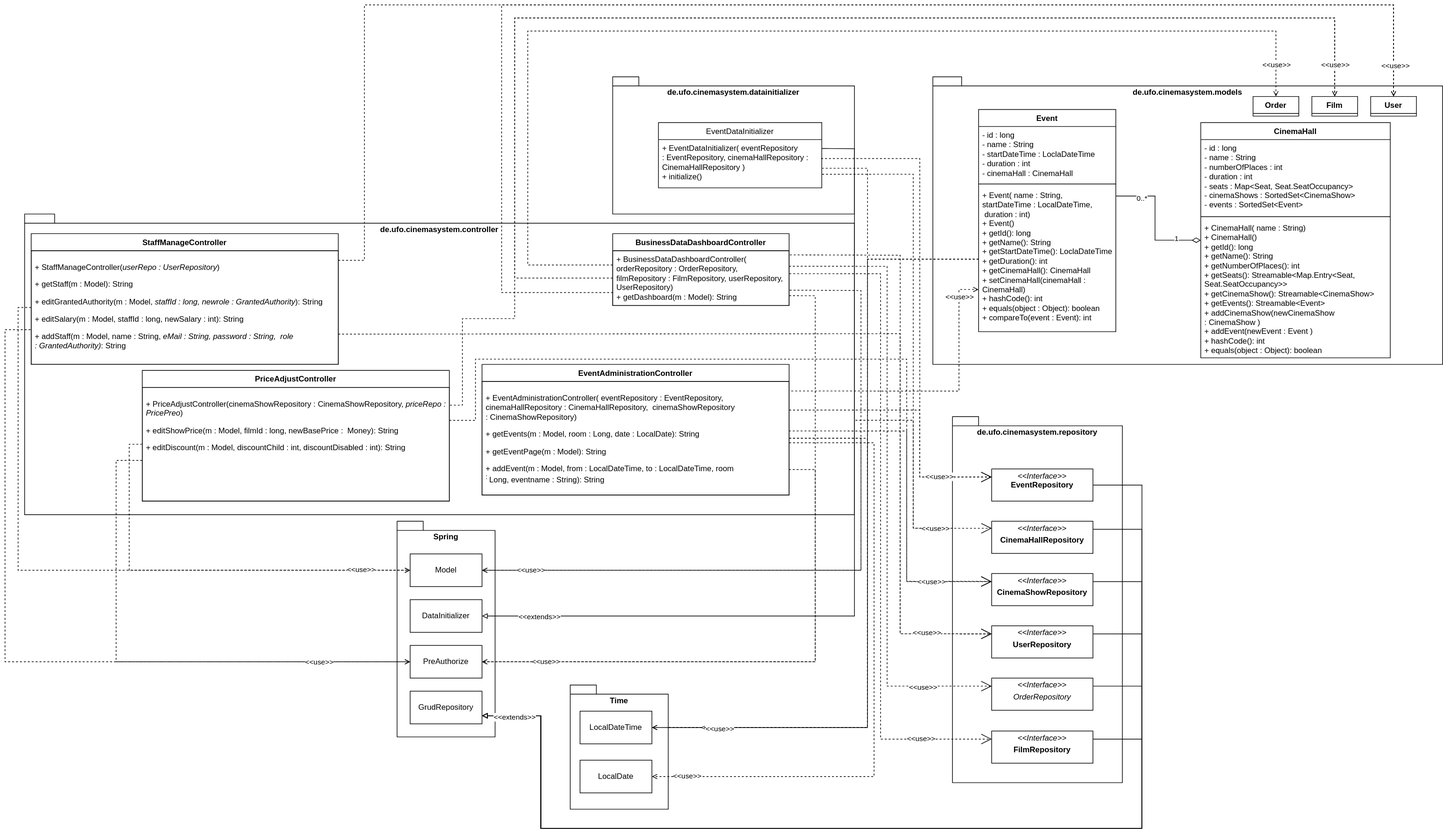
The draw.io diagram src/main/asciidoc/models/design/Operativsystem/Entwurfsklassendiagramm/Operativsystem_Entwurfsklassendiagramm.svg in Leonard0108/Anwendungsprogrammierung, before a commit. Source tidied: cells renumbered, new cells last; positions are measured from the earlier drawing's top-left corner, leaving out a move shared by most shapes.
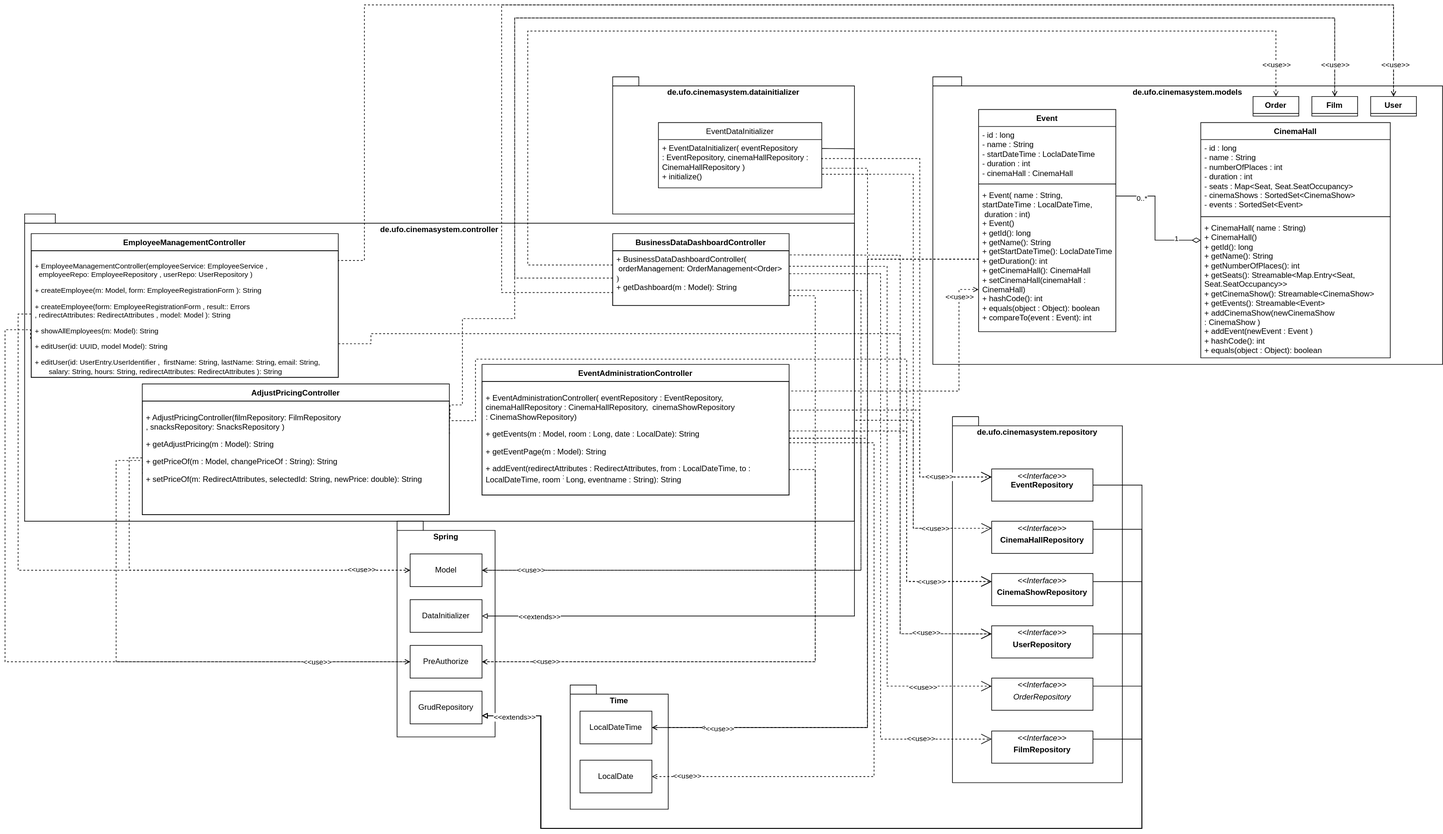
After the commit.

Commit message:
Anpassung von Operativsystem Entwurfsklassendiagramm an finalen Projektstand

The edit, as a diff of the source:
```diff
@@ -16,3 +16,3 @@
     <mxCell id="4" value="de.ufo.cinemasystem.controller" style="shape=folder;fontStyle=1;spacingTop=10;tabWidth=40;tabHeight=14;tabPosition=left;html=1;whiteSpace=wrap;align=center;verticalAlign=top;strokeColor=default;" parent="1" vertex="1">
-      <mxGeometry x="30" y="320" width="1270" height="460" as="geometry" />
+      <mxGeometry x="30" y="320" width="1270" height="470" as="geometry" />
     </mxCell>
@@ -24,3 +24,3 @@
     </mxCell>
-    <mxCell id="7" value="&lt;div&gt;+&amp;nbsp;&lt;span style=&quot;text-align: center; background-color: initial;&quot;&gt;BusinessDataDashboardController( orderRepository : OrderRepository, filmRepository : FilmRepository, userRepository, UserRepository)&lt;/span&gt;&lt;/div&gt;+ getDashboard(m : Model): String" style="text;strokeColor=default;fillColor=none;align=left;verticalAlign=top;spacingLeft=4;spacingRight=4;overflow=hidden;points=[[0,0.5],[1,0.5]];portConstraint=eastwest;whiteSpace=wrap;html=1;" parent="6" vertex="1">
+    <mxCell id="7" value="&lt;div&gt;+&amp;nbsp;&lt;span style=&quot;text-align: center;&quot;&gt;BusinessDataDashboardController&lt;font style=&quot;&quot; face=&quot;Helvetica&quot;&gt;(&lt;/font&gt;&lt;font face=&quot;Helvetica&quot;&gt;&amp;nbsp; &amp;nbsp;&lt;/font&gt;&lt;/span&gt;&lt;span style=&quot;background-color: initial;&quot;&gt;orderManagement:&amp;nbsp;&lt;/span&gt;&lt;font style=&quot;background-color: initial;&quot; face=&quot;Helvetica&quot;&gt;OrderManagement&amp;lt;Order&amp;gt; &lt;/font&gt;&lt;span style=&quot;background-color: initial; font-family: t2zlw3DawNnJE-Td27ox; text-align: center;&quot;&gt;)&lt;/span&gt;&lt;/div&gt;+ getDashboard(m : Model): String" style="text;strokeColor=default;fillColor=none;align=left;verticalAlign=top;spacingLeft=4;spacingRight=4;overflow=hidden;points=[[0,0.5],[1,0.5]];portConstraint=eastwest;whiteSpace=wrap;html=1;" parent="6" vertex="1">
       <mxGeometry y="26" width="270" height="84" as="geometry" />
@@ -30,3 +30,3 @@
     </mxCell>
-    <mxCell id="9" value="&lt;p style=&quot;&quot;&gt;&lt;font face=&quot;Helvetica&quot; style=&quot;font-size: 12px;&quot;&gt;&lt;font style=&quot;font-size: 12px;&quot;&gt;+&amp;nbsp;&lt;font style=&quot;font-size: 12px;&quot;&gt;EventAdministrationController( eventRepository :&amp;nbsp;&lt;/font&gt;&lt;/font&gt;&lt;font style=&quot;font-size: 12px;&quot;&gt;EventRepository,&amp;nbsp; cinemaHallRepository :&amp;nbsp;CinemaHallRepository,&amp;nbsp; cinemaShowRepository :&amp;nbsp;CinemaShowRepository)&lt;/font&gt;&lt;/font&gt;&lt;/p&gt;&lt;p style=&quot;&quot;&gt;&lt;font face=&quot;Helvetica&quot;&gt;&lt;font style=&quot;&quot;&gt;+&amp;nbsp;getEvents(m : Model,&amp;nbsp;room :&amp;nbsp;Long,&amp;nbsp;date :&amp;nbsp;&lt;/font&gt;LocalDate): String&lt;/font&gt;&lt;/p&gt;&lt;p style=&quot;&quot;&gt;&lt;font face=&quot;Helvetica&quot;&gt;+&amp;nbsp;getEventPage(m :&amp;nbsp;Model): String&lt;/font&gt;&lt;/p&gt;&lt;p style=&quot;&quot;&gt;&lt;font face=&quot;Helvetica&quot; style=&quot;font-size: 12px;&quot;&gt;&lt;font style=&quot;font-size: 12px;&quot;&gt;+&amp;nbsp;&lt;/font&gt;addEvent(m : Model,&amp;nbsp;from :&amp;nbsp;LocalDateTime, to : LocalDateTime,&amp;nbsp;room &lt;sup style=&quot;&quot;&gt;:&amp;nbsp;&lt;/sup&gt;Long,&amp;nbsp;eventname :&amp;nbsp;String): String&lt;/font&gt;&lt;/p&gt;" style="text;strokeColor=default;fillColor=none;align=left;verticalAlign=top;spacingLeft=4;spacingRight=4;overflow=hidden;points=[[0,0.5],[1,0.5]];portConstraint=eastwest;whiteSpace=wrap;html=1;" parent="8" vertex="1">
+    <mxCell id="9" value="&lt;p style=&quot;&quot;&gt;&lt;font face=&quot;Helvetica&quot; style=&quot;font-size: 12px;&quot;&gt;&lt;font style=&quot;font-size: 12px;&quot;&gt;+&amp;nbsp;&lt;font style=&quot;font-size: 12px;&quot;&gt;EventAdministrationController( eventRepository :&amp;nbsp;&lt;/font&gt;&lt;/font&gt;&lt;font style=&quot;font-size: 12px;&quot;&gt;EventRepository,&amp;nbsp; cinemaHallRepository :&amp;nbsp;CinemaHallRepository,&amp;nbsp; cinemaShowRepository :&amp;nbsp;CinemaShowRepository)&lt;/font&gt;&lt;/font&gt;&lt;/p&gt;&lt;p style=&quot;&quot;&gt;&lt;font face=&quot;Helvetica&quot;&gt;&lt;font style=&quot;&quot;&gt;+&amp;nbsp;getEvents(m : Model,&amp;nbsp;room :&amp;nbsp;Long,&amp;nbsp;date :&amp;nbsp;&lt;/font&gt;LocalDate): String&lt;/font&gt;&lt;/p&gt;&lt;p style=&quot;&quot;&gt;&lt;font face=&quot;Helvetica&quot;&gt;+&amp;nbsp;getEventPage(m :&amp;nbsp;Model): String&lt;/font&gt;&lt;/p&gt;&lt;p style=&quot;&quot;&gt;&lt;font face=&quot;Helvetica&quot; style=&quot;font-size: 12px;&quot;&gt;&lt;font style=&quot;font-size: 12px;&quot;&gt;+&amp;nbsp;&lt;/font&gt;addEvent(&lt;/font&gt;&lt;font face=&quot;Helvetica&quot;&gt;redirectAttributes&amp;nbsp;&lt;/font&gt;:&amp;nbsp;&lt;font style=&quot;background-color: initial;&quot; face=&quot;Helvetica&quot;&gt;RedirectAttributes&lt;/font&gt;&lt;span style=&quot;background-color: initial;&quot;&gt;,&amp;nbsp;from :&amp;nbsp;LocalDateTime, to : LocalDateTime,&amp;nbsp;room &lt;/span&gt;&lt;sup style=&quot;background-color: initial;&quot;&gt;:&amp;nbsp;&lt;/sup&gt;&lt;span style=&quot;background-color: initial;&quot;&gt;Long,&amp;nbsp;eventname :&amp;nbsp;String): String&lt;/span&gt;&lt;/p&gt;" style="text;strokeColor=default;fillColor=none;align=left;verticalAlign=top;spacingLeft=4;spacingRight=4;overflow=hidden;points=[[0,0.5],[1,0.5]];portConstraint=eastwest;whiteSpace=wrap;html=1;" parent="8" vertex="1">
       <mxGeometry y="26" width="470" height="174" as="geometry" />
@@ -215,10 +215,10 @@
     </mxCell>
-    <mxCell id="51" value="StaffManageController" style="swimlane;fontStyle=1;align=center;verticalAlign=top;horizontal=1;startSize=26;whiteSpace=wrap;html=1;strokeColor=default;" parent="1" vertex="1">
-      <mxGeometry x="40" y="350" width="470" height="200" as="geometry" />
+    <mxCell id="51" value="EmployeeManagementController" style="swimlane;fontStyle=1;align=center;verticalAlign=top;horizontal=1;startSize=26;whiteSpace=wrap;html=1;strokeColor=default;" parent="1" vertex="1">
+      <mxGeometry x="40" y="350" width="470" height="220" as="geometry" />
     </mxCell>
-    <mxCell id="52" value="&lt;p style=&quot;&quot;&gt;&lt;font face=&quot;Helvetica&quot; style=&quot;font-size: 12px;&quot;&gt;&lt;font style=&quot;font-size: 12px;&quot;&gt;+&amp;nbsp;&lt;/font&gt;&lt;/font&gt;&lt;span style=&quot;text-align: center;&quot;&gt;StaffManageController&lt;/span&gt;&lt;font face=&quot;Helvetica&quot; style=&quot;font-size: 12px;&quot;&gt;&lt;font style=&quot;font-size: 12px;&quot;&gt;&lt;font style=&quot;font-size: 12px;&quot;&gt;(&lt;i&gt;userRepo : UserRepository&lt;/i&gt;&lt;/font&gt;&lt;/font&gt;&lt;font style=&quot;font-size: 12px;&quot;&gt;)&lt;/font&gt;&lt;/font&gt;&lt;/p&gt;&lt;p style=&quot;&quot;&gt;&lt;font face=&quot;Helvetica&quot; style=&quot;font-size: 12px;&quot;&gt;&lt;font style=&quot;font-size: 12px;&quot;&gt;+ getStaff(&lt;/font&gt;&lt;/font&gt;&lt;span style=&quot;background-color: initial;&quot;&gt;m : Model&lt;/span&gt;&lt;span style=&quot;background-color: initial;&quot;&gt;): String&lt;/span&gt;&lt;/p&gt;&lt;p style=&quot;&quot;&gt;&lt;span style=&quot;background-color: initial;&quot;&gt;+ edit&lt;/span&gt;&lt;span style=&quot;background-color: rgb(255, 255, 255);&quot;&gt;GrantedAuthority(&lt;/span&gt;&lt;span style=&quot;background-color: initial;&quot;&gt;m : Model,&amp;nbsp;&lt;/span&gt;&lt;i&gt;&lt;span style=&quot;background-color: rgb(255, 255, 255);&quot;&gt;staffId : long, newrole :&amp;nbsp;&lt;/span&gt;&lt;span style=&quot;background-color: rgb(255, 255, 255);&quot;&gt;GrantedAuthority&lt;/span&gt;&lt;/i&gt;&lt;span style=&quot;background-color: rgb(255, 255, 255);&quot;&gt;): String&lt;/span&gt;&lt;/p&gt;&lt;p style=&quot;&quot;&gt;&lt;span style=&quot;background-color: rgb(255, 255, 255);&quot;&gt;+ editS&lt;/span&gt;&lt;span style=&quot;background-color: initial;&quot;&gt;alary(m : Model, staffId : long, newS&lt;/span&gt;&lt;span style=&quot;background-color: initial;&quot;&gt;alary : int): String&lt;/span&gt;&lt;/p&gt;&lt;p style=&quot;&quot;&gt;&lt;span style=&quot;background-color: rgb(255, 255, 255);&quot;&gt;+ addStaff(&lt;/span&gt;&lt;span style=&quot;background-color: initial;&quot;&gt;m : Model, name : String, &lt;i&gt;eMail : String, password : String,&amp;nbsp;&lt;/i&gt;&lt;/span&gt;&lt;span style=&quot;background-color: initial;&quot;&gt;&lt;span style=&quot;background-color: rgb(255, 255, 255);&quot;&gt;&lt;i&gt;&amp;nbsp;role :&amp;nbsp;&lt;/i&gt;&lt;/span&gt;&lt;span style=&quot;background-color: rgb(255, 255, 255);&quot;&gt;&lt;i&gt;GrantedAuthority)&lt;/i&gt;: String&lt;/span&gt;&lt;/span&gt;&lt;/p&gt;" style="text;strokeColor=default;fillColor=none;align=left;verticalAlign=top;spacingLeft=4;spacingRight=4;overflow=hidden;points=[[0,0.5],[1,0.5]];portConstraint=eastwest;whiteSpace=wrap;html=1;" parent="51" vertex="1">
-      <mxGeometry y="26" width="470" height="174" as="geometry" />
+    <mxCell id="52" value="&lt;p style=&quot;font-size: 11px;&quot;&gt;&lt;font style=&quot;font-size: 11px;&quot;&gt;&lt;font face=&quot;Helvetica&quot; style=&quot;font-size: 11px;&quot;&gt;&lt;font style=&quot;font-size: 11px;&quot;&gt;+&amp;nbsp;&lt;/font&gt;&lt;/font&gt;&lt;span style=&quot;background-color: rgb(255, 255, 255);&quot;&gt;&lt;font style=&quot;font-size: 11px;&quot; face=&quot;Helvetica&quot;&gt;EmployeeManagementController(employeeService:&amp;nbsp;&lt;/font&gt;&lt;/span&gt;&lt;span style=&quot;background-color: rgb(255, 255, 255);&quot;&gt;EmployeeService&lt;/span&gt;&lt;span style=&quot;background-color: rgb(255, 255, 255);&quot;&gt;&amp;nbsp;&lt;/span&gt;&lt;span style=&quot;background-color: rgb(255, 255, 255);&quot;&gt;,&amp;nbsp; &amp;nbsp;&amp;nbsp;&lt;/span&gt;&lt;span style=&quot;background-color: rgb(255, 255, 255);&quot;&gt;employeeRepo:&amp;nbsp;&lt;/span&gt;&lt;span style=&quot;background-color: rgb(255, 255, 255);&quot;&gt;EmployeeRepository ,&amp;nbsp;&lt;/span&gt;&lt;span style=&quot;background-color: rgb(255, 255, 255);&quot;&gt;userRepo:&amp;nbsp;&lt;/span&gt;&lt;span style=&quot;background-color: rgb(255, 255, 255);&quot;&gt;UserRepository )&lt;/span&gt;&lt;/font&gt;&lt;/p&gt;&lt;p style=&quot;font-size: 11px;&quot;&gt;&lt;font style=&quot;font-size: 11px;&quot;&gt;&lt;font face=&quot;Helvetica&quot; style=&quot;font-size: 11px;&quot;&gt;&lt;font style=&quot;font-size: 11px;&quot;&gt;+&amp;nbsp;&lt;/font&gt;&lt;/font&gt;createEmployee(m: Model,&amp;nbsp;&lt;span style=&quot;background-color: initial;&quot;&gt;form:&amp;nbsp;&lt;/span&gt;&lt;span style=&quot;background-color: initial;&quot;&gt;EmployeeRegistrationForm ):&amp;nbsp;&lt;/span&gt;&lt;span style=&quot;background-color: initial;&quot;&gt;String&lt;/span&gt;&lt;span style=&quot;background-color: initial;&quot;&gt;&amp;nbsp;&lt;/span&gt;&lt;/font&gt;&lt;/p&gt;&lt;p style=&quot;font-size: 11px;&quot;&gt;&lt;font style=&quot;font-size: 11px;&quot;&gt;&lt;span style=&quot;background-color: initial;&quot;&gt;+&lt;/span&gt;&lt;span style=&quot;background-color: rgb(255, 255, 255);&quot;&gt;&lt;font style=&quot;font-size: 11px;&quot; face=&quot;Helvetica&quot;&gt;&amp;nbsp;createEmployee(&lt;/font&gt;&lt;/span&gt;&lt;span style=&quot;background-color: rgb(255, 255, 255);&quot;&gt;form:&amp;nbsp;&lt;/span&gt;&lt;span style=&quot;background-color: rgb(255, 255, 255);&quot;&gt;&lt;font style=&quot;font-size: 11px;&quot; face=&quot;Helvetica&quot;&gt;EmployeeRegistrationForm ,&amp;nbsp;&lt;/font&gt;&lt;/span&gt;&lt;span style=&quot;background-color: rgb(255, 255, 255);&quot;&gt;result::&amp;nbsp;&lt;/span&gt;&lt;span style=&quot;background-color: rgb(255, 255, 255);&quot;&gt;&lt;font style=&quot;font-size: 11px;&quot; face=&quot;Helvetica&quot;&gt;Errors ,&amp;nbsp;&lt;/font&gt;&lt;/span&gt;&lt;span style=&quot;background-color: rgb(255, 255, 255);&quot;&gt;redirectAttributes:&amp;nbsp;&lt;/span&gt;&lt;span style=&quot;background-color: rgb(255, 255, 255);&quot;&gt;&lt;font style=&quot;font-size: 11px;&quot; face=&quot;Helvetica&quot;&gt;RedirectAttributes ,&amp;nbsp;&lt;/font&gt;&lt;/span&gt;&lt;span style=&quot;background-color: rgb(255, 255, 255);&quot;&gt;model:&amp;nbsp;&lt;/span&gt;&lt;span style=&quot;background-color: rgb(255, 255, 255);&quot;&gt;&lt;font style=&quot;font-size: 11px;&quot; face=&quot;Helvetica&quot;&gt;Model ):&amp;nbsp;&lt;/font&gt;&lt;/span&gt;&lt;span style=&quot;background-color: rgb(255, 255, 255);&quot;&gt;String&lt;/span&gt;&lt;/font&gt;&lt;/p&gt;&lt;p style=&quot;font-size: 11px;&quot;&gt;&lt;font style=&quot;font-size: 11px;&quot;&gt;&lt;span style=&quot;background-color: rgb(255, 255, 255);&quot;&gt;+&amp;nbsp;&lt;/span&gt;showAllEmployees(m: Model):&amp;nbsp;&lt;span style=&quot;background-color: initial;&quot;&gt;String&lt;/span&gt;&lt;span style=&quot;background-color: initial;&quot;&gt;&amp;nbsp;&lt;/span&gt;&lt;/font&gt;&lt;/p&gt;&lt;p style=&quot;font-size: 11px;&quot;&gt;&lt;span style=&quot;background-color: initial;&quot;&gt;&lt;font style=&quot;font-size: 11px;&quot;&gt;+ editUser(id: UUID, model Model): String&lt;/font&gt;&lt;/span&gt;&lt;/p&gt;&lt;p style=&quot;font-size: 11px;&quot;&gt;&lt;font style=&quot;font-size: 11px;&quot;&gt;&lt;font style=&quot;font-size: 11px;&quot;&gt;+&amp;nbsp;editUser(id: UserEntry.UserIdentifier ,&lt;span style=&quot;font-family: Helvetica; background-color: initial;&quot;&gt;&amp;nbsp;&lt;/span&gt;&lt;span style=&quot;background-color: initial;&quot;&gt;&amp;nbsp;firstName: String,&amp;nbsp;&lt;/span&gt;&lt;/font&gt;&lt;span style=&quot;background-color: initial;&quot;&gt;&lt;font face=&quot;Helvetica&quot;&gt;lastName: String&lt;/font&gt;&lt;font face=&quot;_TeDgd1zNfoFrwqMDFYb&quot;&gt;,&lt;/font&gt;&lt;/span&gt;&lt;/font&gt;&lt;font style=&quot;background-color: initial;&quot; face=&quot;_TeDgd1zNfoFrwqMDFYb&quot;&gt;&amp;nbsp;&lt;/font&gt;&lt;font style=&quot;background-color: initial;&quot; face=&quot;Helvetica&quot;&gt;email: String,&lt;/font&gt;&lt;span style=&quot;background-color: initial;&quot;&gt;&amp;nbsp; &amp;nbsp; &amp;nbsp; &amp;nbsp; &amp;nbsp; &amp;nbsp; &amp;nbsp;&lt;/span&gt;&lt;span style=&quot;background-color: initial;&quot;&gt;&amp;nbsp; &lt;/span&gt;&lt;span style=&quot;background-color: initial;&quot;&gt;salary: String,&lt;/span&gt;&lt;span style=&quot;background-color: initial;&quot;&gt;&amp;nbsp;hours: String,&lt;/span&gt;&lt;font style=&quot;background-color: initial;&quot; face=&quot;Helvetica&quot;&gt;&amp;nbsp;redirectAttribut&lt;/font&gt;&lt;font style=&quot;background-color: initial;&quot; face=&quot;Helvetica&quot;&gt;es:&amp;nbsp;&lt;/font&gt;&lt;span style=&quot;background-color: initial;&quot;&gt;RedirectAttributes&lt;/span&gt;&lt;span style=&quot;background-color: initial;&quot;&gt;&amp;nbsp;&lt;/span&gt;&lt;span style=&quot;background-color: initial;&quot;&gt;): String&lt;/span&gt;&lt;/p&gt;" style="text;strokeColor=default;fillColor=none;align=left;verticalAlign=top;spacingLeft=4;spacingRight=4;overflow=hidden;points=[[0,0.5],[1,0.5]];portConstraint=eastwest;whiteSpace=wrap;html=1;" parent="51" vertex="1">
+      <mxGeometry y="26" width="470" height="194" as="geometry" />
     </mxCell>
-    <mxCell id="53" value="PriceAdjustController" style="swimlane;fontStyle=1;align=center;verticalAlign=top;horizontal=1;startSize=26;whiteSpace=wrap;html=1;strokeColor=default;" parent="1" vertex="1">
-      <mxGeometry x="210" y="559.2" width="470" height="200" as="geometry" />
+    <mxCell id="53" value="AdjustPricingController" style="swimlane;fontStyle=1;align=center;verticalAlign=top;horizontal=1;startSize=26;whiteSpace=wrap;html=1;strokeColor=default;" parent="1" vertex="1">
+      <mxGeometry x="210" y="580" width="470" height="200" as="geometry" />
     </mxCell>
@@ -233,4 +233,4 @@
     </mxCell>
-    <mxCell id="57" value="&lt;p style=&quot;&quot;&gt;&lt;font face=&quot;Helvetica&quot; style=&quot;font-size: 12px;&quot;&gt;&lt;font style=&quot;font-size: 12px;&quot;&gt;+ PriceAdjustController(cinemaShowRepository : CinemaShow&lt;/font&gt;&lt;/font&gt;&lt;span style=&quot;background-color: initial;&quot;&gt;Repository,&lt;i&gt; priceRepo : PricePreo&lt;/i&gt;)&lt;/span&gt;&lt;/p&gt;&lt;p style=&quot;&quot;&gt;+ editShowPrice(m : Model, filmId : long, newBasePrice :&amp;nbsp; Money): String&lt;/p&gt;&lt;p style=&quot;&quot;&gt;+ editDiscount(m : Model, discountChild : int, discountDisabled : int): String&lt;br&gt;&lt;/p&gt;" style="text;strokeColor=default;fillColor=none;align=left;verticalAlign=top;spacingLeft=4;spacingRight=4;overflow=hidden;points=[[0,0.5],[1,0.5]];portConstraint=eastwest;whiteSpace=wrap;html=1;" parent="1" vertex="1">
-      <mxGeometry x="210" y="585.2" width="470" height="174" as="geometry" />
+    <mxCell id="57" value="&lt;p style=&quot;&quot;&gt;&lt;font style=&quot;&quot;&gt;+ &lt;font face=&quot;Helvetica&quot;&gt;AdjustPricingController&lt;/font&gt;(&lt;/font&gt;&lt;span style=&quot;background-color: initial;&quot;&gt;filmRepository:&amp;nbsp;&lt;/span&gt;&lt;font style=&quot;background-color: initial;&quot;&gt;FilmRepository ,&amp;nbsp;&lt;/font&gt;&lt;span style=&quot;background-color: initial;&quot;&gt;snacksRepository:&amp;nbsp;&lt;/span&gt;&lt;font style=&quot;background-color: initial;&quot;&gt;SnacksRepository &lt;/font&gt;&lt;span style=&quot;background-color: initial;&quot;&gt;)&lt;/span&gt;&lt;/p&gt;&lt;p style=&quot;&quot;&gt;+&amp;nbsp;&lt;span style=&quot;background-color: rgb(255, 255, 255);&quot;&gt;getAdjustPricing&lt;/span&gt;&lt;span style=&quot;background-color: initial;&quot;&gt;(m : Model): String&lt;/span&gt;&lt;/p&gt;&lt;p style=&quot;&quot;&gt;&lt;span style=&quot;background-color: initial;&quot;&gt;+&amp;nbsp;&lt;/span&gt;&lt;span style=&quot;background-color: rgb(255, 255, 255);&quot;&gt;getPriceOf(m : Model, changePriceOf : String): String&lt;/span&gt;&lt;/p&gt;&lt;p style=&quot;&quot;&gt;+ setPriceOf(m:&amp;nbsp;&lt;span style=&quot;background-color: rgb(255, 255, 255);&quot;&gt;RedirectAttributes, selectedId: String, newPrice: double): String&lt;/span&gt;&lt;/p&gt;" style="text;strokeColor=default;fillColor=none;align=left;verticalAlign=top;spacingLeft=4;spacingRight=4;overflow=hidden;points=[[0,0.5],[1,0.5]];portConstraint=eastwest;whiteSpace=wrap;html=1;" parent="1" vertex="1">
+      <mxGeometry x="210" y="606" width="470" height="174" as="geometry" />
     </mxCell>
```
